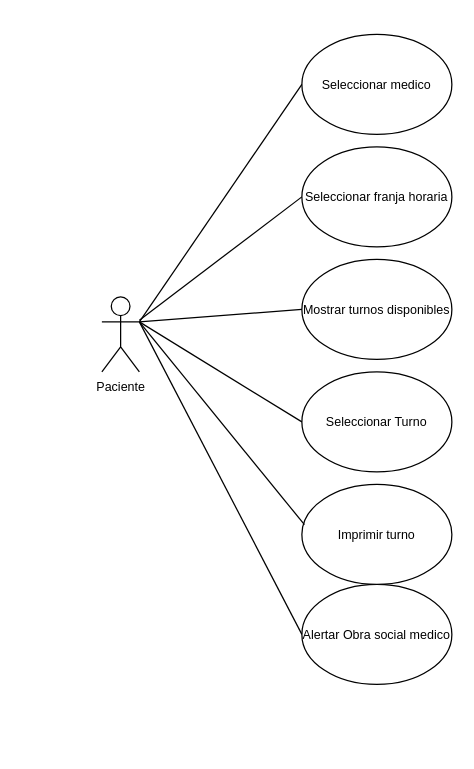
The draw.io diagram diagrama/Untitled Diagram.drawio in LucasTandil01/TurnoFacil, before the edit. Source tidied: cells renumbered, new cells numbered last; positions are measured from the earlier drawing's top-left corner, leaving out a move shared by most shapes. Both pictures are drawn from the tidied source at 125%, with x=0, y=0 at pixel (101, 34).
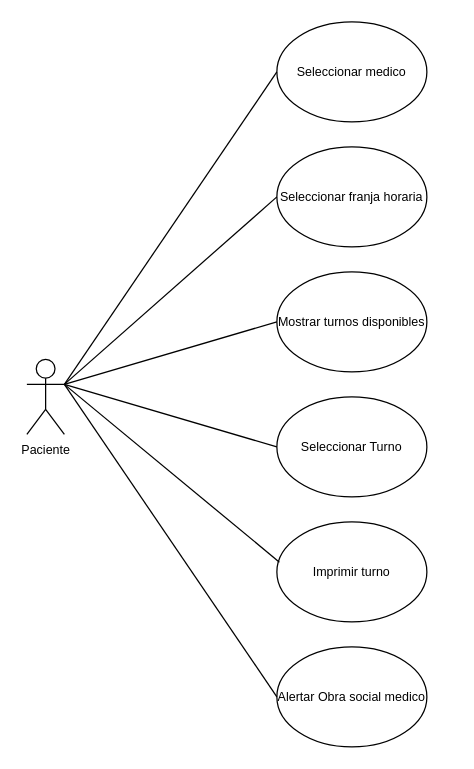
The same page after the edit.

What changed in the source:
```diff
@@
 <mxGraphModel>
   <root>
     <mxCell id="0" />
     <mxCell id="1" parent="0" />
     <mxCell id="2" value="Paciente" style="shape=umlActor;verticalLabelPosition=bottom;verticalAlign=top;html=1;outlineConnect=0;fontFamily=Helvetica;fontSize=10;" parent="1" vertex="1">
-      <mxGeometry y="210" width="30" height="60" as="geometry" />
+      <mxGeometry x="-60" y="260" width="30" height="60" as="geometry" />
     </mxCell>
     <mxCell id="3" value="Seleccionar medico" style="ellipse;whiteSpace=wrap;html=1;fontFamily=Helvetica;fontSize=10;" parent="1" vertex="1">
-      <mxGeometry x="160" width="120" height="80" as="geometry" />
+      <mxGeometry x="140" y="-10" width="120" height="80" as="geometry" />
     </mxCell>
     <mxCell id="4" value="Seleccionar franja horaria" style="ellipse;whiteSpace=wrap;html=1;fontFamily=Helvetica;fontSize=10;" parent="1" vertex="1">
-      <mxGeometry x="160" y="90" width="120" height="80" as="geometry" />
+      <mxGeometry x="140" y="90" width="120" height="80" as="geometry" />
     </mxCell>
     <mxCell id="5" value="Mostrar turnos disponibles" style="ellipse;whiteSpace=wrap;html=1;fontFamily=Helvetica;fontSize=10;" parent="1" vertex="1">
-      <mxGeometry x="160" y="180" width="120" height="80" as="geometry" />
+      <mxGeometry x="140" y="190" width="120" height="80" as="geometry" />
     </mxCell>
     <mxCell id="6" value="Seleccionar Turno" style="ellipse;whiteSpace=wrap;html=1;fontFamily=Helvetica;fontSize=10;" parent="1" vertex="1">
-      <mxGeometry x="160" y="270" width="120" height="80" as="geometry" />
+      <mxGeometry x="140" y="290" width="120" height="80" as="geometry" />
     </mxCell>
     <mxCell id="7" value="Alertar Obra social medico" style="ellipse;whiteSpace=wrap;html=1;fontFamily=Helvetica;fontSize=10;" parent="1" vertex="1">
-      <mxGeometry x="160" y="440" width="120" height="80" as="geometry" />
+      <mxGeometry x="140" y="490" width="120" height="80" as="geometry" />
     </mxCell>
-    <mxCell id="8" style="endArrow=none;html=1;rounded=0;entryX=0;entryY=0.5;entryDx=0;entryDy=0;" parent="1" edge="1" target="3">
-      <mxGeometry relative="1" as="geometry">
-        <mxPoint x="30" y="230" as="sourcePoint" />
-      </mxGeometry>
+    <mxCell id="8" style="endArrow=none;html=1;rounded=0;entryX=0;entryY=0.5;entryDx=0;entryDy=0;exitX=1;exitY=0.3333333333333333;exitDx=0;exitDy=0;exitPerimeter=0;" parent="1" edge="1" source="2" target="3">
+      <mxGeometry relative="1" as="geometry" />
     </mxCell>
-    <mxCell id="9" style="endArrow=none;html=1;rounded=0;entryX=0;entryY=0.5;entryDx=0;entryDy=0;" parent="1" edge="1" source="2" target="4">
-      <mxGeometry relative="1" as="geometry" />
-    </mxCell>
-    <mxCell id="10" style="endArrow=none;html=1;rounded=0;entryX=0;entryY=0.5;entryDx=0;entryDy=0;" parent="1" edge="1" target="5">
-      <mxGeometry relative="1" as="geometry">
-        <mxPoint x="30" y="230" as="sourcePoint" />
-      </mxGeometry>
+    <mxCell id="10" style="endArrow=none;html=1;rounded=0;entryX=0;entryY=0.5;entryDx=0;entryDy=0;exitX=1;exitY=0.3333333333333333;exitDx=0;exitDy=0;exitPerimeter=0;" parent="1" edge="1" source="2" target="5">
+      <mxGeometry relative="1" as="geometry" />
     </mxCell>
     <mxCell id="11" style="endArrow=none;html=1;rounded=0;entryX=0;entryY=0.5;entryDx=0;entryDy=0;exitX=1;exitY=0.3333333333333333;exitDx=0;exitDy=0;exitPerimeter=0;" parent="1" edge="1" source="2" target="6">
       <mxGeometry relative="1" as="geometry" />
     </mxCell>
     <mxCell id="12" style="endArrow=none;html=1;rounded=0;entryX=0;entryY=0.5;entryDx=0;entryDy=0;exitX=1;exitY=0.3333333333333333;exitDx=0;exitDy=0;exitPerimeter=0;" parent="1" edge="1" source="2" target="7">
       <mxGeometry relative="1" as="geometry" />
     </mxCell>
     <mxCell id="13" value="Imprimir turno" style="ellipse;whiteSpace=wrap;html=1;fontFamily=Helvetica;fontSize=10;" parent="1" vertex="1">
-      <mxGeometry x="160" y="360" width="120" height="80" as="geometry" />
+      <mxGeometry x="140" y="390" width="120" height="80" as="geometry" />
     </mxCell>
     <mxCell id="14" style="endArrow=none;html=1;rounded=0;entryX=0.017;entryY=0.403;entryDx=0;entryDy=0;entryPerimeter=0;" parent="1" edge="1" target="13">
       <mxGeometry relative="1" as="geometry">
-        <mxPoint x="30" y="230" as="sourcePoint" />
+        <mxPoint x="-30" y="280" as="sourcePoint" />
       </mxGeometry>
     </mxCell>
+    <mxCell id="15" style="endArrow=none;html=1;rounded=0;entryX=0;entryY=0.5;entryDx=0;entryDy=0;" parent="1" edge="1" target="4">
+      <mxGeometry relative="1" as="geometry">
+        <mxPoint x="-30" y="280" as="sourcePoint" />
+      </mxGeometry>
+    </mxCell>
   </root>
 </mxGraphModel>
```
